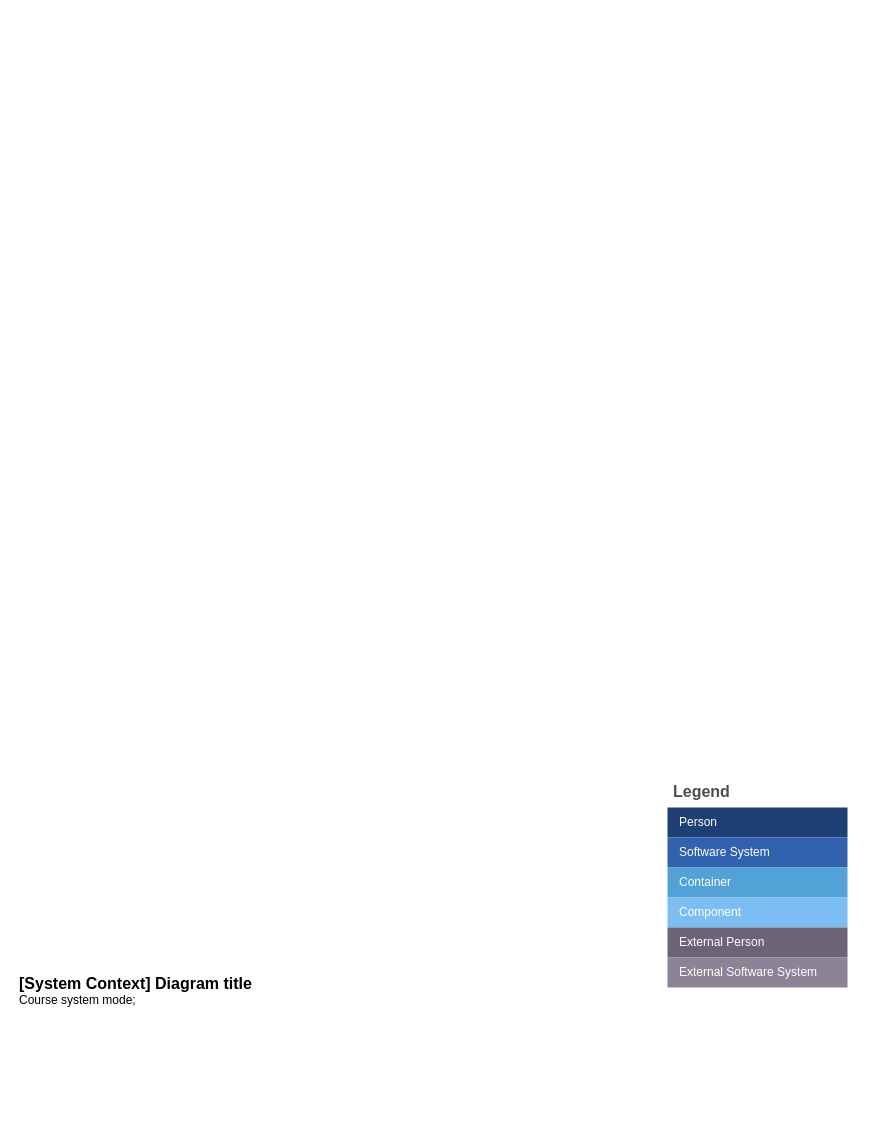
Above: page "Container Diagram" (2 of 4) of jmp.drawio in UpSwDevTech2024/JMP (draw.io), before the change. Source tidied: cells renumbered, new cells numbered last; positions are measured from the earlier drawing's top-left corner, leaving out a move shared by most shapes. Both pictures are drawn from the tidied source at 100%, with x=0, y=0 at pixel (17, 777).
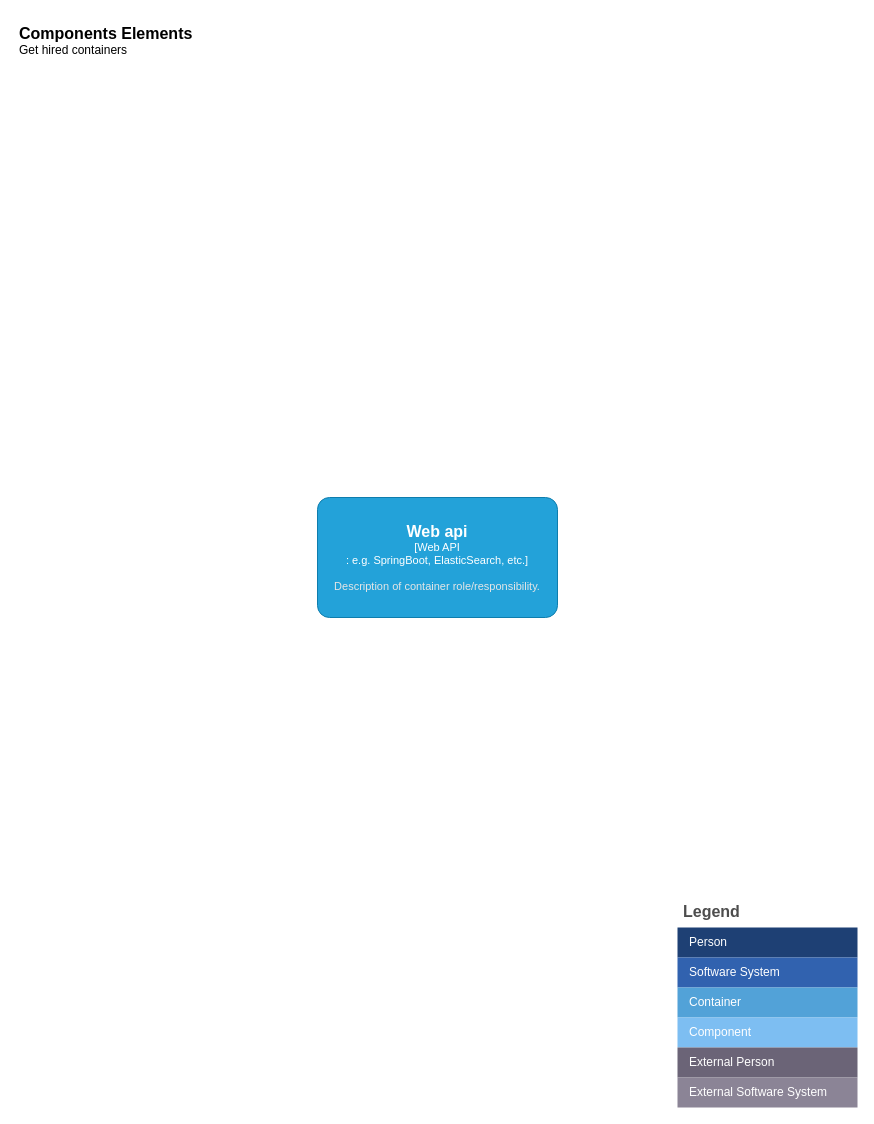
The same page after the edit.

What changed in the source:
```diff
@@
 <mxGraphModel>
   <root>
     <mxCell id="0" />
     <mxCell id="1" parent="0" />
-    <object id="2" label="&lt;font style=&quot;font-size: 16px&quot;&gt;&lt;b&gt;&lt;div style=&quot;text-align: left&quot;&gt;%c4Name%&lt;/div&gt;&lt;/b&gt;&lt;/font&gt;&lt;div style=&quot;text-align: left&quot;&gt;%c4Description%&lt;/div&gt;" c4Description="Course system mode;" c4Name="[System Context] Diagram title" placeholders="1">
-      <mxCell style="text;html=1;strokeColor=none;fillColor=none;align=left;verticalAlign=top;whiteSpace=wrap;rounded=0;" parent="1" vertex="1">
-        <mxGeometry y="190" width="260" height="40" as="geometry" />
-      </mxCell>
-    </object>
     <mxCell id="3" value="Legend" style="shape=table;startSize=30;childLayout=tableLayout;fontSize=16;align=left;verticalAlign=top;fillColor=none;strokeColor=none;fontColor=#4D4D4D;fontStyle=1;spacingLeft=6;spacing=0;" parent="1" vertex="1">
-      <mxGeometry x="650" width="180" height="210" as="geometry" />
+      <mxGeometry x="660" y="120" width="180" height="210" as="geometry" />
     </mxCell>
     <mxCell id="4" style="shape=tableRow;horizontal=0;startSize=0;swimlaneHead=0;swimlaneBody=0;strokeColor=inherit;top=0;left=0;bottom=0;right=0;fillColor=none;fontSize=12;" parent="3" vertex="1">
       <mxGeometry y="30" width="180" height="30" as="geometry" />
     </mxCell>
     <mxCell id="5" value="Person" style="shape=partialRectangle;html=1;whiteSpace=wrap;strokeColor=inherit;overflow=hidden;fillColor=#1E4074;top=0;left=0;bottom=0;right=0;fontSize=12;align=left;fontColor=#FFFFFF;gradientColor=none;spacingLeft=10;spacingRight=4;" parent="4" vertex="1">
       <mxGeometry width="180" height="30" as="geometry" />
     </mxCell>
     <mxCell id="6" style="shape=tableRow;horizontal=0;startSize=0;swimlaneHead=0;swimlaneBody=0;strokeColor=inherit;top=0;left=0;bottom=0;right=0;fillColor=none;fontSize=12;" parent="3" vertex="1">
       <mxGeometry y="60" width="180" height="30" as="geometry" />
     </mxCell>
     <mxCell id="7" value="Software System" style="shape=partialRectangle;html=1;whiteSpace=wrap;strokeColor=inherit;overflow=hidden;fillColor=#3162AF;top=0;left=0;bottom=0;right=0;fontSize=12;align=left;fontColor=#FFFFFF;gradientColor=none;spacingLeft=10;spacingRight=4;" parent="6" vertex="1">
       <mxGeometry width="180" height="30" as="geometry" />
     </mxCell>
     <mxCell id="8" style="shape=tableRow;horizontal=0;startSize=0;swimlaneHead=0;swimlaneBody=0;strokeColor=inherit;top=0;left=0;bottom=0;right=0;fillColor=none;fontSize=12;" parent="3" vertex="1">
       <mxGeometry y="90" width="180" height="30" as="geometry" />
     </mxCell>
     <mxCell id="9" value="Container" style="shape=partialRectangle;html=1;whiteSpace=wrap;strokeColor=inherit;overflow=hidden;fillColor=#52a2d8;top=0;left=0;bottom=0;right=0;fontSize=12;align=left;fontColor=#FFFFFF;gradientColor=none;spacingLeft=10;spacingRight=4;" parent="8" vertex="1">
       <mxGeometry width="180" height="30" as="geometry" />
     </mxCell>
     <mxCell id="10" style="shape=tableRow;horizontal=0;startSize=0;swimlaneHead=0;swimlaneBody=0;strokeColor=inherit;top=0;left=0;bottom=0;right=0;fillColor=none;fontSize=12;" parent="3" vertex="1">
       <mxGeometry y="120" width="180" height="30" as="geometry" />
     </mxCell>
     <mxCell id="11" value="Component" style="shape=partialRectangle;html=1;whiteSpace=wrap;strokeColor=inherit;overflow=hidden;fillColor=#7dbef2;top=0;left=0;bottom=0;right=0;fontSize=12;align=left;fontColor=#FFFFFF;gradientColor=none;spacingLeft=10;spacingRight=4;" parent="10" vertex="1">
       <mxGeometry width="180" height="30" as="geometry" />
     </mxCell>
     <mxCell id="12" style="shape=tableRow;horizontal=0;startSize=0;swimlaneHead=0;swimlaneBody=0;strokeColor=inherit;top=0;left=0;bottom=0;right=0;fillColor=none;fontSize=12;" parent="3" vertex="1">
       <mxGeometry y="150" width="180" height="30" as="geometry" />
     </mxCell>
     <mxCell id="13" value="External Person" style="shape=partialRectangle;html=1;whiteSpace=wrap;strokeColor=inherit;overflow=hidden;fillColor=#6b6477;top=0;left=0;bottom=0;right=0;fontSize=12;align=left;fontColor=#FFFFFF;gradientColor=none;spacingLeft=10;spacingRight=4;" parent="12" vertex="1">
       <mxGeometry width="180" height="30" as="geometry" />
     </mxCell>
     <mxCell id="14" style="shape=tableRow;horizontal=0;startSize=0;swimlaneHead=0;swimlaneBody=0;strokeColor=inherit;top=0;left=0;bottom=0;right=0;fillColor=none;fontSize=12;" parent="3" vertex="1">
       <mxGeometry y="180" width="180" height="30" as="geometry" />
     </mxCell>
     <mxCell id="15" value="External Software System" style="shape=partialRectangle;html=1;whiteSpace=wrap;strokeColor=inherit;overflow=hidden;fillColor=#8b8496;top=0;left=0;bottom=0;right=0;fontSize=12;align=left;fontColor=#FFFFFF;gradientColor=none;spacingLeft=10;spacingRight=4;" parent="14" vertex="1">
       <mxGeometry width="180" height="30" as="geometry" />
     </mxCell>
+    <object id="2" label="&lt;font style=&quot;font-size: 16px&quot;&gt;&lt;b&gt;&lt;div style=&quot;text-align: left&quot;&gt;%c4Name%&lt;/div&gt;&lt;/b&gt;&lt;/font&gt;&lt;div style=&quot;text-align: left&quot;&gt;%c4Description%&lt;/div&gt;" c4Description="Get hired containers" c4Name="Components Elements" placeholders="1">
+      <mxCell style="text;html=1;strokeColor=none;fillColor=none;align=left;verticalAlign=top;whiteSpace=wrap;rounded=0;" parent="1" vertex="1">
+        <mxGeometry y="-760" width="840" height="530" as="geometry" />
+      </mxCell>
+    </object>
+    <object id="16" label="&lt;font style=&quot;font-size: 16px&quot;&gt;&lt;b&gt;%c4Name%&lt;/b&gt;&lt;/font&gt;&lt;div&gt;[%c4Type%: %c4Technology%]&lt;/div&gt;&lt;br&gt;&lt;div&gt;&lt;font style=&quot;font-size: 11px&quot;&gt;&lt;font color=&quot;#E6E6E6&quot;&gt;%c4Description%&lt;/font&gt;&lt;/div&gt;" c4Description="Description of container role/responsibility." c4Name="Web api&#10;" c4Technology="e.g. SpringBoot, ElasticSearch, etc." c4Type="Web API&#10;" placeholders="1">
+      <mxCell style="rounded=1;whiteSpace=wrap;html=1;fontSize=11;labelBackgroundColor=none;fillColor=#23A2D9;fontColor=#ffffff;align=center;arcSize=10;strokeColor=#0E7DAD;" parent="1" vertex="1">
+        <mxGeometry x="300" y="-280" width="240" height="120" as="geometry" />
+      </mxCell>
+    </object>
   </root>
 </mxGraphModel>
```
